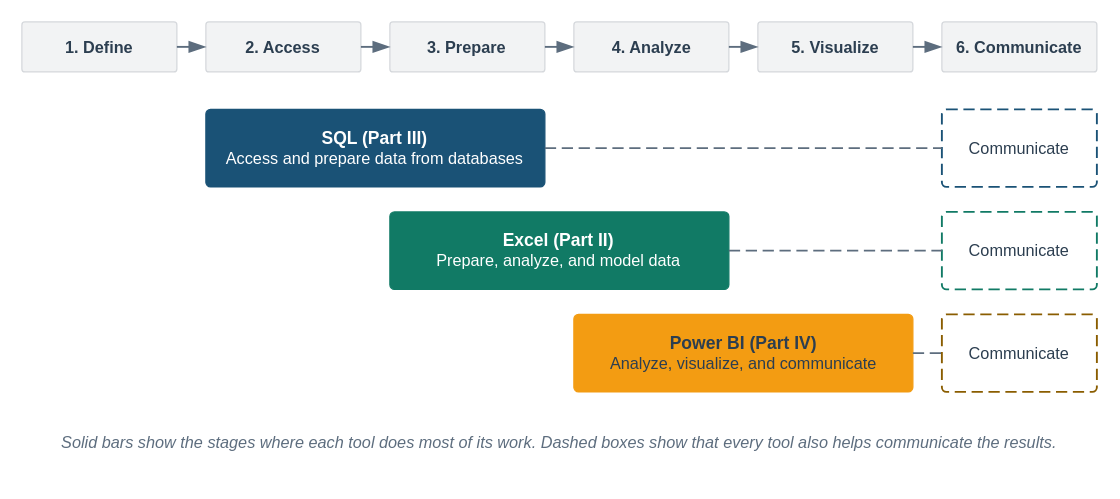
The draw.io diagram visuals/src/fig-01-03-tools-workflow-mapping.drawio in mmcodesso/Accounting_Analytics_Book, before the edit. Source tidied: cells renumbered, new cells numbered last; positions are measured from the earlier drawing's top-left corner, leaving out a move shared by most shapes. Both pictures are drawn from the tidied source at 125%, with x=0, y=0 at pixel (21, 21).
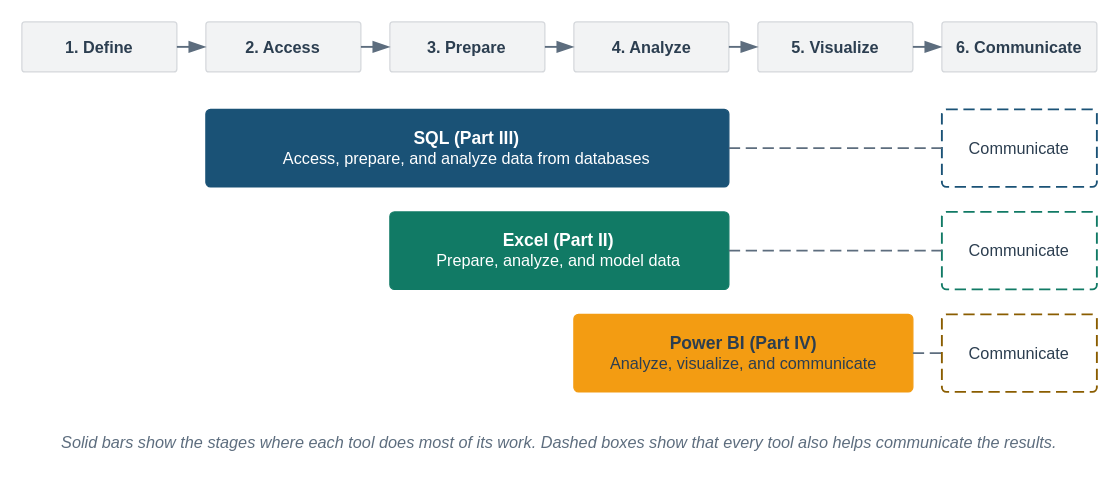
The same page after the edit.

What changed in the source:
```diff
@@
-    <mxCell id="14" value="&lt;font style=&quot;font-size:14px&quot;&gt;&lt;b&gt;SQL (Part III)&lt;/b&gt;&lt;/font&gt;&lt;br&gt;&lt;font color=&quot;#FFFFFF&quot;&gt;Access and prepare data from databases&lt;/font&gt;" style="rounded=1;arcSize=6;whiteSpace=wrap;html=1;fillColor=#1A5276;strokeColor=#1A5276;strokeWidth=1;fontColor=#FFFFFF;fontSize=13;fontStyle=0;align=center;verticalAlign=middle;fontFamily=Helvetica;spacingLeft=6;spacingRight=6;" parent="1" vertex="1">
-      <mxGeometry x="147.2" y="70" width="271.2" height="62" as="geometry" />
+    <mxCell id="14" value="&lt;font style=&quot;font-size:14px&quot;&gt;&lt;b&gt;SQL (Part III)&lt;/b&gt;&lt;/font&gt;&lt;br&gt;&lt;font color=&quot;#FFFFFF&quot;&gt;Access, prepare, and analyze data from databases&lt;/font&gt;" style="rounded=1;arcSize=6;whiteSpace=wrap;html=1;fillColor=#1A5276;strokeColor=#1A5276;strokeWidth=1;fontColor=#FFFFFF;fontSize=13;fontStyle=0;align=center;verticalAlign=middle;fontFamily=Helvetica;spacingLeft=6;spacingRight=6;" parent="1" vertex="1">
+      <mxGeometry x="147.2" y="70" width="418.4" height="62" as="geometry" />
     </mxCell>
```
